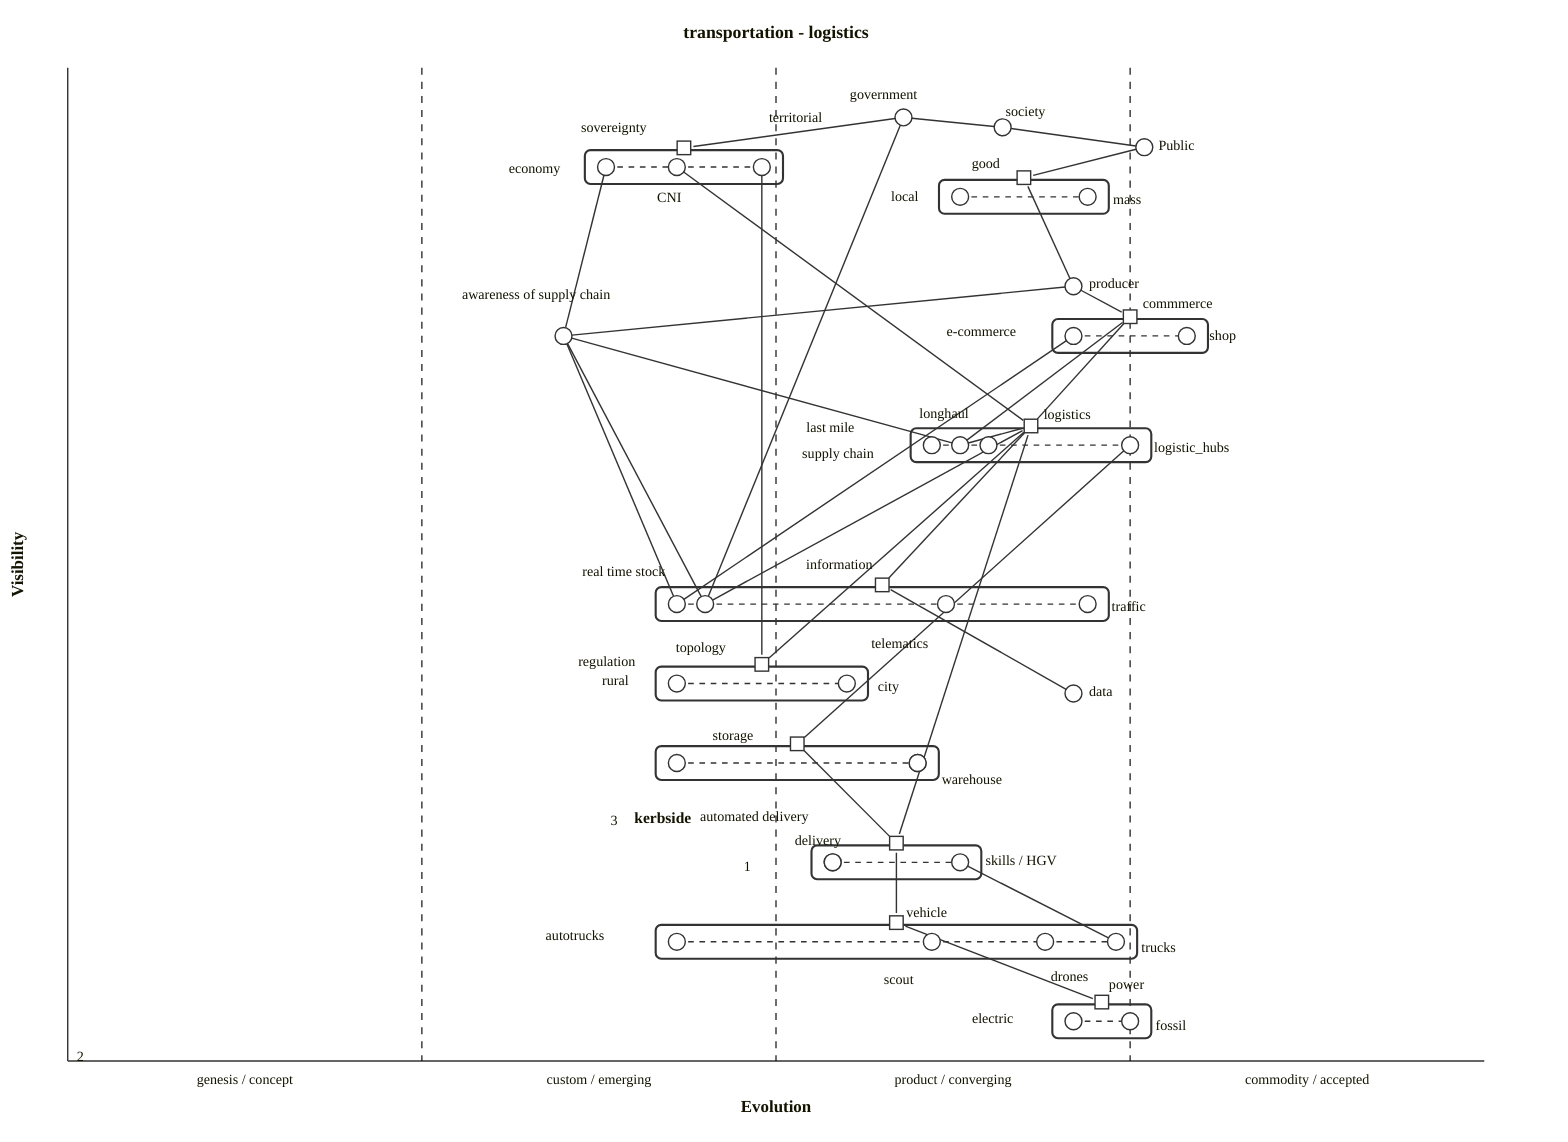
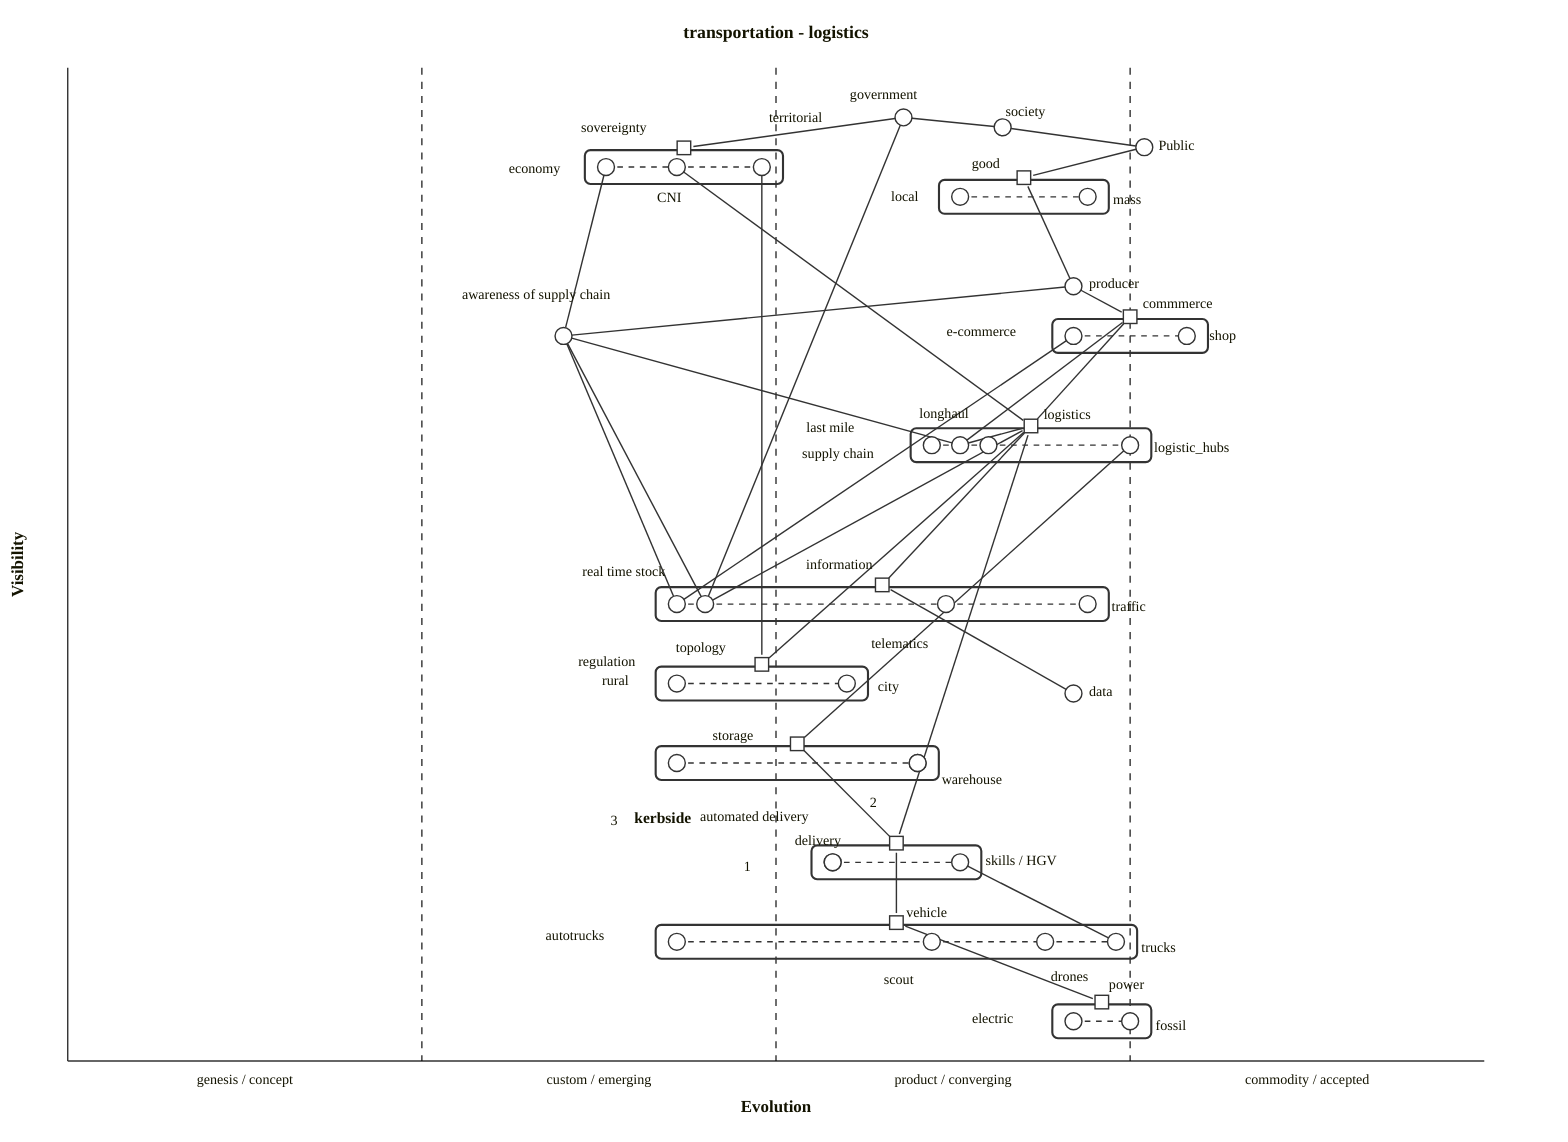
wardley-beta
title transportation - logistics
size [1100, 800]
evolution genesis / concept -> custom / emerging -> product/ converging -> commodity / accepted

evolve "1" 0.59
evolve "2" 0.74

evolve "3" 0.51

component Public [0.92, 0.76] label [10, 2]
component producer [0.78, 0.71] label [11, 1]
component good [0.87, 0.70] label [-37, -7]
pipeline good {
  component local [0.63] label [-49, 3]
  component mass [0.72] label [18, 5]
}
component topology [0.38, 0.51] label [-61, -9]
pipeline topology {
  component rural [0.43] label [-53, 1]
  component city [0.55] label [22, 5]
}
component commmerce [0.73, 0.76] label [9, -6]
pipeline commmerce {
  component e-commerce [0.71] label [-90, 0]
  component shop [0.79] label [16, 3]
}
component vehicle [0.12, 0.60] label [7, -4]
pipeline vehicle {
  component autotrucks [0.43] label [-93, -1]
  component scout [0.61] label [-34, 30]
  component drones [0.69] label [4, 28]
  component trucks [0.74] label [18, 7]
}

component awareness of supply chain [0.73, 0.35] label [-72, -26]

component delivery [0.20, 0.59] label [-72, 1]
pipeline delivery {
  component "1" [0.54] label [-63, 6]
  component automated delivery [0.54] label [-94, -29]
  component "skills / HGV" [0.63] label [18, 2]
}
component power [0.04, 0.73] label [5, -9]
pipeline power {
  component electric [0.71] label [-72, 1]
  component fossil [0.75] label [18, 6]
}

evolve real time stock 0.5

component information [0.46, 0.65] label [-54, -11]
pipeline information {
  component real time stock [0.43] label [-67, -20]
  component regulation [0.45] label [-90, 44]
  component telematics [0.62] label [-53, 31]
  component traffic [0.72] label [17, 5]
}
component data [0.37, 0.71] label [11, 2]

component storage [0.30, 0.59] label [-60, -3]
pipeline storage {
  component "3" [0.43] label [-47, 44]
-   component "2" [0.6] label [-596, 211]
+   component "2" [0.6] label [-34, 31]
  component warehouse [0.6] label [17, 15]
}

component society [0.94, 0.66] label [2, -8]
component government [0.95, 0.59] label [-38, -13]

note "kerbside" [0.24, 0.40]

component logistics [0.62, 0.72] label [9, -5]
pipeline logistics {
  component last mile [0.61] label [-89, -9]
  component supply chain [0.63] label [-112, 9]
  component longhaul [0.65] label [-49, -19]
  component logistic_hubs [0.75] label [17, 5]
}
component sovereignty [0.90, 0.42] label [-73, -11]
pipeline sovereignty {
  component economy [0.38] label [-69, 4]
  component CNI [0.43] label [-14, 25]
  component territorial [0.49] label [5, -32]
}

consumer -> good
warehouse -> community spaces
topology -> community spaces
automated delivery -> robots
robots -> power
government -> regulation
government -> society
society -> consumer
producer -> consumer
producer -> commmerce
society -> behaviour
behaviour -> community spaces
society -> cohesion
cohesion -> community spaces
community spaces -> planning
producer -> good
commmerce -> logistics
logistics -> delivery
logistics -> topology
consumer -> privacy
privacy -> data
government -> sovereignty
CNI -> logistics
territorial -> topology
consumer -> skills
skills -> longhaul
logistics -> supply chain
supply chain -> awareness of supply chain
commmerce -> supply chain
logistic_hubs -> storage
storage -> delivery
regulation -> logistics
vehicle -> robots
vehicle -> power
delivery -> vehicle
"skills / HGV" -> trucks
logistics -> information
information -> data
economy -> awareness of supply chain
territory -> territorial
producer -> awareness of supply chain
regulation -> awareness of supply chain
Public -> society
Public -> good
real time stock -> awareness of supply chain
e-commerce -> real time stock
shop -> consumer transportation
consumer transportation -> last mile

